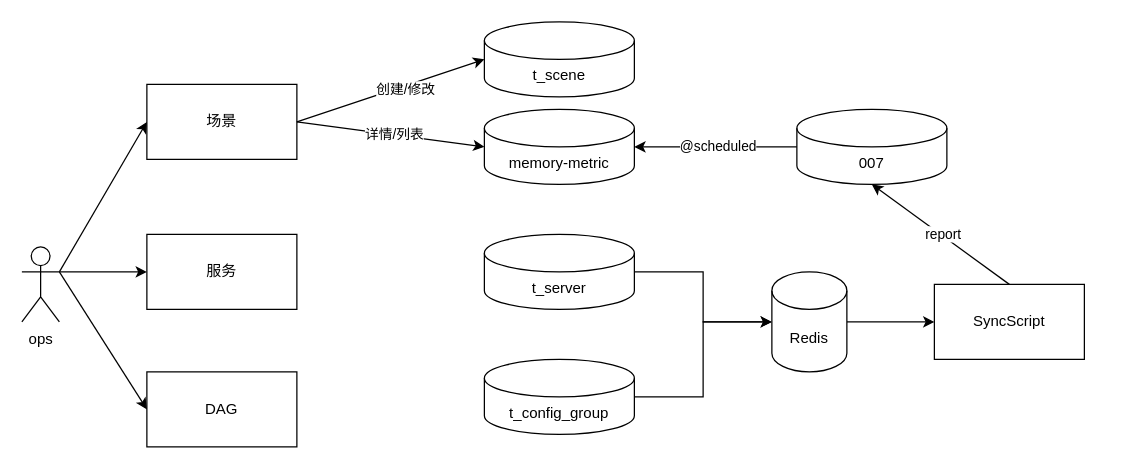
This is trs_ops_flow.drawio from learn2Pro/draw_io_save, a draw.io file, before an edit. Source tidied: cells renumbered, new cells numbered last; positions are measured from the earlier drawing's top-left corner, leaving out a move shared by most shapes. Both pictures are drawn from the tidied source at 125%, with x=0, y=0 at pixel (21, 21).
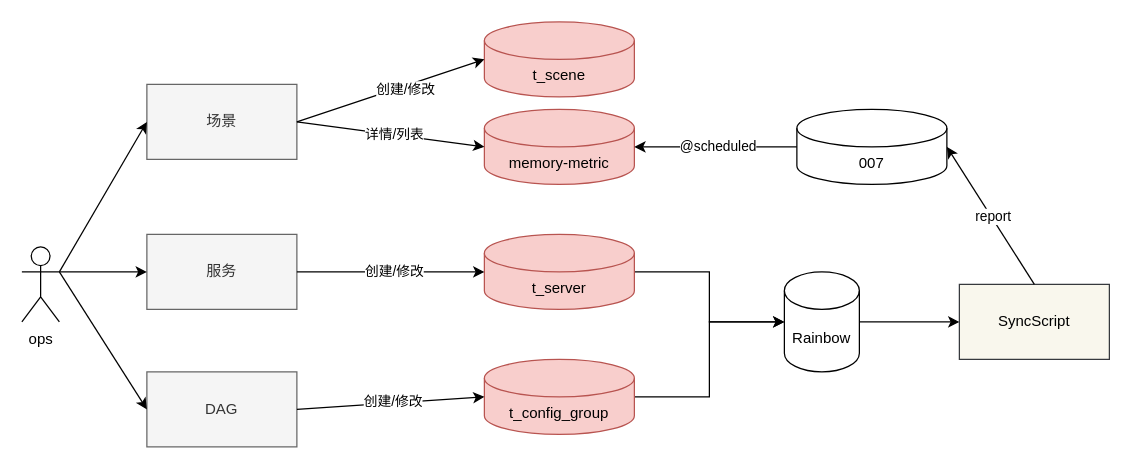
Above is the later version.

The change refers to these unchanged cells:
```xml
<mxCell id="8" value="007" style="shape=cylinder3;whiteSpace=wrap;html=1;boundedLbl=1;backgroundOutline=1;size=15;" parent="1" vertex="1">
  <mxGeometry x="620" y="70" width="120" height="60" as="geometry" />
</mxCell>
```

The edit, as a diff of the source:
```diff
@@
-    <mxCell id="3" value="场景" style="rounded=0;whiteSpace=wrap;html=1;" parent="1" vertex="1">
+    <mxCell id="3" value="场景" style="rounded=0;whiteSpace=wrap;html=1;fillColor=#f5f5f5;fontColor=#333333;strokeColor=#666666;" parent="1" vertex="1">
       <mxGeometry x="100" y="50" width="120" height="60" as="geometry" />
     </mxCell>
-    <mxCell id="4" value="服务" style="rounded=0;whiteSpace=wrap;html=1;" parent="1" vertex="1">
+    <mxCell id="4" value="服务" style="rounded=0;whiteSpace=wrap;html=1;fillColor=#f5f5f5;fontColor=#333333;strokeColor=#666666;" parent="1" vertex="1">
       <mxGeometry x="100" y="170" width="120" height="60" as="geometry" />
     </mxCell>
-    <mxCell id="5" value="DAG" style="rounded=0;whiteSpace=wrap;html=1;" parent="1" vertex="1">
+    <mxCell id="5" value="DAG" style="rounded=0;whiteSpace=wrap;html=1;fillColor=#f5f5f5;fontColor=#333333;strokeColor=#666666;" parent="1" vertex="1">
       <mxGeometry x="100" y="280" width="120" height="60" as="geometry" />
     </mxCell>
-    <mxCell id="6" value="t_scene" style="shape=cylinder3;whiteSpace=wrap;html=1;boundedLbl=1;backgroundOutline=1;size=15;" parent="1" vertex="1">
+    <mxCell id="6" value="t_scene" style="shape=cylinder3;whiteSpace=wrap;html=1;boundedLbl=1;backgroundOutline=1;size=15;fillColor=#f8cecc;strokeColor=#b85450;" parent="1" vertex="1">
       <mxGeometry x="370" width="120" height="60" as="geometry" />
     </mxCell>
-    <mxCell id="7" value="memory-metric" style="shape=cylinder3;whiteSpace=wrap;html=1;boundedLbl=1;backgroundOutline=1;size=15;" parent="1" vertex="1">
+    <mxCell id="7" value="memory-metric" style="shape=cylinder3;whiteSpace=wrap;html=1;boundedLbl=1;backgroundOutline=1;size=15;fillColor=#f8cecc;strokeColor=#b85450;" parent="1" vertex="1">
       <mxGeometry x="370" y="70" width="120" height="60" as="geometry" />
     </mxCell>
@@
-    <mxCell id="19" value="t_server" style="shape=cylinder3;whiteSpace=wrap;html=1;boundedLbl=1;backgroundOutline=1;size=15;" parent="1" vertex="1">
+    <mxCell id="19" value="t_server" style="shape=cylinder3;whiteSpace=wrap;html=1;boundedLbl=1;backgroundOutline=1;size=15;fillColor=#f8cecc;strokeColor=#b85450;" parent="1" vertex="1">
       <mxGeometry x="370" y="170" width="120" height="60" as="geometry" />
     </mxCell>
@@
-    <mxCell id="21" value="t_config_group" style="shape=cylinder3;whiteSpace=wrap;html=1;boundedLbl=1;backgroundOutline=1;size=15;" parent="1" vertex="1">
+    <mxCell id="21" value="t_config_group" style="shape=cylinder3;whiteSpace=wrap;html=1;boundedLbl=1;backgroundOutline=1;size=15;fillColor=#f8cecc;strokeColor=#b85450;" parent="1" vertex="1">
       <mxGeometry x="370" y="270" width="120" height="60" as="geometry" />
     </mxCell>
-    <mxCell id="22" value="SyncScript" style="rounded=0;whiteSpace=wrap;html=1;" parent="1" vertex="1">
-      <mxGeometry x="730" y="210" width="120" height="60" as="geometry" />
+    <mxCell id="22" value="SyncScript" style="rounded=0;whiteSpace=wrap;html=1;fillColor=#f9f7ed;strokeColor=#36393d;" parent="1" vertex="1">
+      <mxGeometry x="750" y="210" width="120" height="60" as="geometry" />
     </mxCell>
-    <mxCell id="23" style="endArrow=classic;html=1;rounded=0;entryX=0.5;entryY=1;entryDx=0;entryDy=0;entryPerimeter=0;exitX=0.5;exitY=0;exitDx=0;exitDy=0;" parent="1" edge="1" source="22" target="8">
+    <mxCell id="23" style="endArrow=classic;html=1;rounded=0;entryX=1;entryY=0.5;entryDx=0;entryDy=0;entryPerimeter=0;exitX=0.5;exitY=0;exitDx=0;exitDy=0;" parent="1" edge="1" source="22" target="8">
       <mxGeometry relative="1" as="geometry" />
     </mxCell>
@@
-    <mxCell id="26" value="Redis" style="shape=cylinder3;whiteSpace=wrap;html=1;boundedLbl=1;backgroundOutline=1;size=15;" parent="1" vertex="1">
-      <mxGeometry x="600" y="200" width="60" height="80" as="geometry" />
+    <mxCell id="26" value="Rainbow" style="shape=cylinder3;whiteSpace=wrap;html=1;boundedLbl=1;backgroundOutline=1;size=15;" parent="1" vertex="1">
+      <mxGeometry x="610" y="200" width="60" height="80" as="geometry" />
     </mxCell>
+    <mxCell id="27" style="endArrow=classic;html=1;rounded=0;exitX=1;exitY=0.5;exitDx=0;exitDy=0;" parent="1" edge="1" source="4" target="19">
+      <mxGeometry relative="1" as="geometry" />
+    </mxCell>
+    <mxCell id="28" value="创建/修改" style="edgeLabel;html=1;align=center;verticalAlign=middle;" parent="27" vertex="1">
+      <mxGeometry x="0.03" y="1" relative="1" as="geometry" />
+    </mxCell>
+    <mxCell id="29" style="endArrow=classic;html=1;rounded=0;exitX=1;exitY=0.5;exitDx=0;exitDy=0;entryX=0;entryY=0.5;entryDx=0;entryDy=0;entryPerimeter=0;" parent="1" edge="1" source="5" target="21">
+      <mxGeometry relative="1" as="geometry" />
+    </mxCell>
+    <mxCell id="30" value="创建/修改" style="edgeLabel;html=1;align=center;verticalAlign=middle;" parent="29" vertex="1">
+      <mxGeometry x="0.03" y="1" relative="1" as="geometry" />
+    </mxCell>
```
